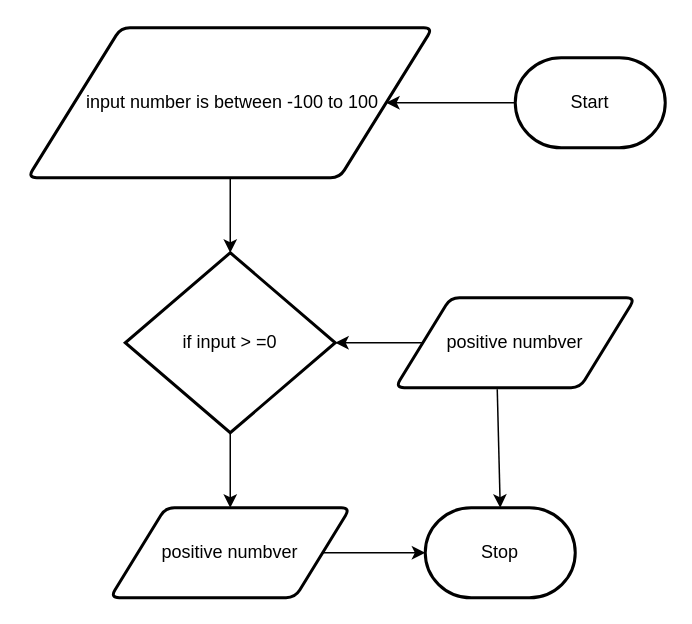
This is design/flow-chart.drawio from Emmanuel-Fofeyin/ICS2O-Unit5-02-HTML, a draw.io file, before an edit. Source tidied: cells renumbered, new cells numbered last; positions are measured from the earlier drawing's top-left corner, leaving out a move shared by most shapes. Both pictures are drawn from the tidied source at 150%, with x=0, y=0 at pixel (27, 27).
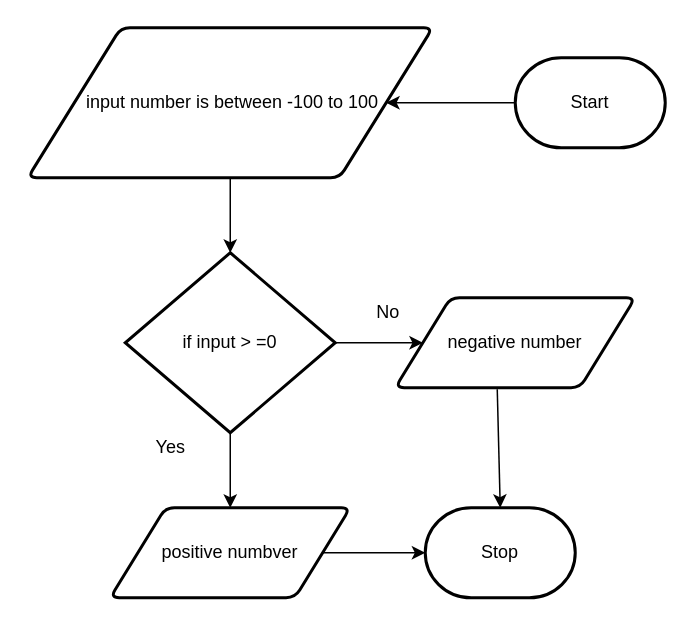
After the change.

The edit, as a diff of the source:
```diff
@@
 <mxGraphModel>
   <root>
     <mxCell id="0" />
     <mxCell id="1" parent="0" />
     <mxCell id="2" style="edgeStyle=none;html=1;" parent="1" edge="1" source="3" target="5">
       <mxGeometry relative="1" as="geometry" />
     </mxCell>
     <mxCell id="3" value="Start" style="strokeWidth=2;html=1;shape=mxgraph.flowchart.terminator;whiteSpace=wrap;" parent="1" vertex="1">
       <mxGeometry x="325" y="20" width="100" height="60" as="geometry" />
     </mxCell>
     <mxCell id="4" style="edgeStyle=none;html=1;entryX=0.5;entryY=0;entryDx=0;entryDy=0;entryPerimeter=0;" parent="1" edge="1" source="5" target="10">
       <mxGeometry relative="1" as="geometry" />
     </mxCell>
     <mxCell id="5" value="&amp;nbsp;input number is between -100 to 100" style="shape=parallelogram;html=1;strokeWidth=2;perimeter=parallelogramPerimeter;whiteSpace=wrap;rounded=1;arcSize=12;size=0.23;" parent="1" vertex="1">
       <mxGeometry width="270" height="100" as="geometry" />
     </mxCell>
     <mxCell id="6" style="edgeStyle=none;html=1;entryX=0.5;entryY=0;entryDx=0;entryDy=0;exitX=0.5;exitY=1;exitDx=0;exitDy=0;exitPerimeter=0;" parent="1" edge="1" source="10" target="8">
       <mxGeometry relative="1" as="geometry" />
     </mxCell>
     <mxCell id="7" style="edgeStyle=none;html=1;exitX=1;exitY=0.5;exitDx=0;exitDy=0;" parent="1" edge="1" source="8" target="9">
       <mxGeometry relative="1" as="geometry" />
     </mxCell>
     <mxCell id="8" value="positive numbver" style="shape=parallelogram;html=1;strokeWidth=2;perimeter=parallelogramPerimeter;whiteSpace=wrap;rounded=1;arcSize=12;size=0.23;" parent="1" vertex="1">
       <mxGeometry x="55" y="320" width="160" height="60" as="geometry" />
     </mxCell>
     <mxCell id="9" value="Stop" style="strokeWidth=2;html=1;shape=mxgraph.flowchart.terminator;whiteSpace=wrap;" parent="1" vertex="1">
       <mxGeometry x="265" y="320" width="100" height="60" as="geometry" />
     </mxCell>
     <mxCell id="10" value="if input &amp;gt; =0" style="strokeWidth=2;html=1;shape=mxgraph.flowchart.decision;whiteSpace=wrap;" parent="1" vertex="1">
       <mxGeometry x="65" y="150" width="140" height="120" as="geometry" />
     </mxCell>
-    <mxCell id="11" value="positive numbver" style="shape=parallelogram;html=1;strokeWidth=2;perimeter=parallelogramPerimeter;whiteSpace=wrap;rounded=1;arcSize=12;size=0.23;" parent="1" vertex="1">
+    <mxCell id="11" value="negative number" style="shape=parallelogram;html=1;strokeWidth=2;perimeter=parallelogramPerimeter;whiteSpace=wrap;rounded=1;arcSize=12;size=0.23;" parent="1" vertex="1">
       <mxGeometry x="245" y="180" width="160" height="60" as="geometry" />
     </mxCell>
-    <mxCell id="12" style="edgeStyle=none;html=1;exitX=0;exitY=0.5;exitDx=0;exitDy=0;entryX=1;entryY=0.5;entryDx=0;entryDy=0;entryPerimeter=0;" parent="1" edge="1" source="11" target="10">
+    <mxCell id="12" style="edgeStyle=none;html=1;exitX=1;exitY=0.5;exitDx=0;exitDy=0;exitPerimeter=0;entryX=0;entryY=0.5;entryDx=0;entryDy=0;" parent="1" edge="1" source="10" target="11">
       <mxGeometry relative="1" as="geometry" />
     </mxCell>
     <mxCell id="13" style="edgeStyle=none;html=1;entryX=0.5;entryY=0;entryDx=0;entryDy=0;exitX=0.425;exitY=1.017;exitDx=0;exitDy=0;exitPerimeter=0;entryPerimeter=0;" parent="1" edge="1" source="11" target="9">
       <mxGeometry relative="1" as="geometry" />
     </mxCell>
+    <mxCell id="14" value="Yes" style="text;html=1;align=center;verticalAlign=middle;strokeColor=none;fillColor=none;" parent="1" vertex="1">
+      <mxGeometry x="75" y="270" width="40" height="20" as="geometry" />
+    </mxCell>
+    <mxCell id="15" value="No" style="text;html=1;align=center;verticalAlign=middle;strokeColor=none;fillColor=none;" parent="1" vertex="1">
+      <mxGeometry x="225" y="180" width="30" height="20" as="geometry" />
+    </mxCell>
   </root>
 </mxGraphModel>
```
